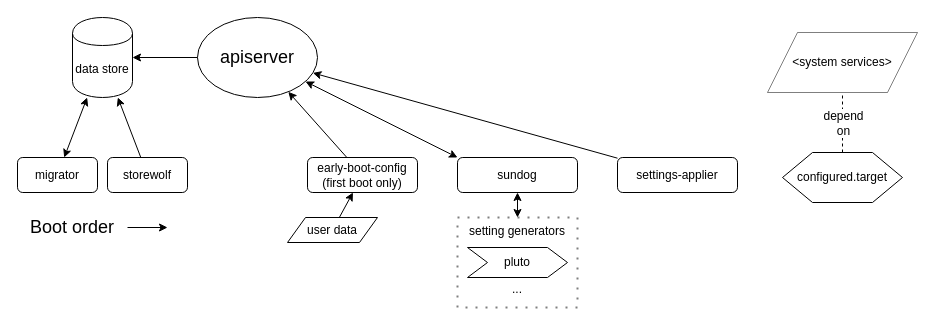
This is sources/api/api-system.drawio from bottlerocket-os/bottlerocket, a draw.io file, before an edit. Source tidied: cells renumbered, new cells numbered last; positions are measured from the earlier drawing's top-left corner, leaving out a move shared by most shapes. Both pictures are drawn from the tidied source at 100%, with x=0, y=0 at pixel (17, 17).
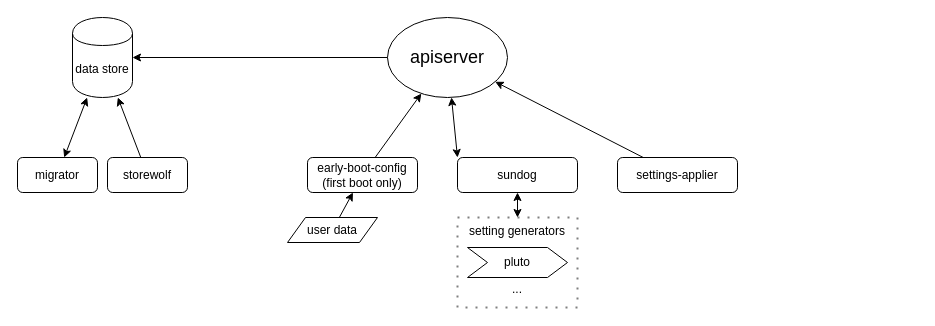
The same page after the edit.

Commit message (it also covers changes not shown here):
docs: add boot sequence documentation

This adds additional notes for the systemd targets available in
Bottlerocket.

The edit, as a diff of the source:
```diff
@@
     <mxCell id="6" value="apiserver" style="ellipse;whiteSpace=wrap;html=1;fontSize=18;" parent="1" vertex="1">
-      <mxGeometry x="180" width="120" height="80" as="geometry" />
+      <mxGeometry x="370" width="120" height="80" as="geometry" />
     </mxCell>
-    <mxCell id="7" value="configured.target" style="shape=hexagon;perimeter=hexagonPerimeter2;whiteSpace=wrap;html=1;" parent="1" vertex="1">
-      <mxGeometry x="765" y="135" width="120" height="50" as="geometry" />
-    </mxCell>
@@
-    <mxCell id="14" value="&amp;lt;system services&amp;gt;" style="shape=parallelogram;perimeter=parallelogramPerimeter;whiteSpace=wrap;html=1;strokeWidth=1;fillColor=#ffffff;opacity=50;" parent="1" vertex="1">
-      <mxGeometry x="750" y="15" width="150" height="60" as="geometry" />
-    </mxCell>
-    <mxCell id="15" style="endArrow=none;dashed=1;html=1;" parent="1" edge="1" source="7" target="14">
-      <mxGeometry relative="1" as="geometry" />
-    </mxCell>
-    <mxCell id="16" value="&lt;div&gt;depend&lt;/div&gt;&lt;div&gt;on&lt;/div&gt;" style="text;html=1;align=center;verticalAlign=middle;labelBackgroundColor=#ffffff;" parent="15" vertex="1">
-      <mxGeometry x="-0.49" y="-5" relative="1" as="geometry">
-        <mxPoint x="-5" y="-15" as="offset" />
-      </mxGeometry>
-    </mxCell>
-    <mxCell id="17" value="Boot order" style="text;html=1;strokeColor=none;fillColor=none;align=center;verticalAlign=middle;whiteSpace=wrap;rounded=0;opacity=50;fontSize=18;" parent="1" vertex="1">
-      <mxGeometry y="200" width="110" height="20" as="geometry" />
-    </mxCell>
-    <mxCell id="18" style="endArrow=classic;html=1;fontSize=18;" parent="1" edge="1" source="17">
-      <mxGeometry relative="1" as="geometry">
-        <mxPoint x="150" y="210" as="targetPoint" />
-      </mxGeometry>
-    </mxCell>
```
